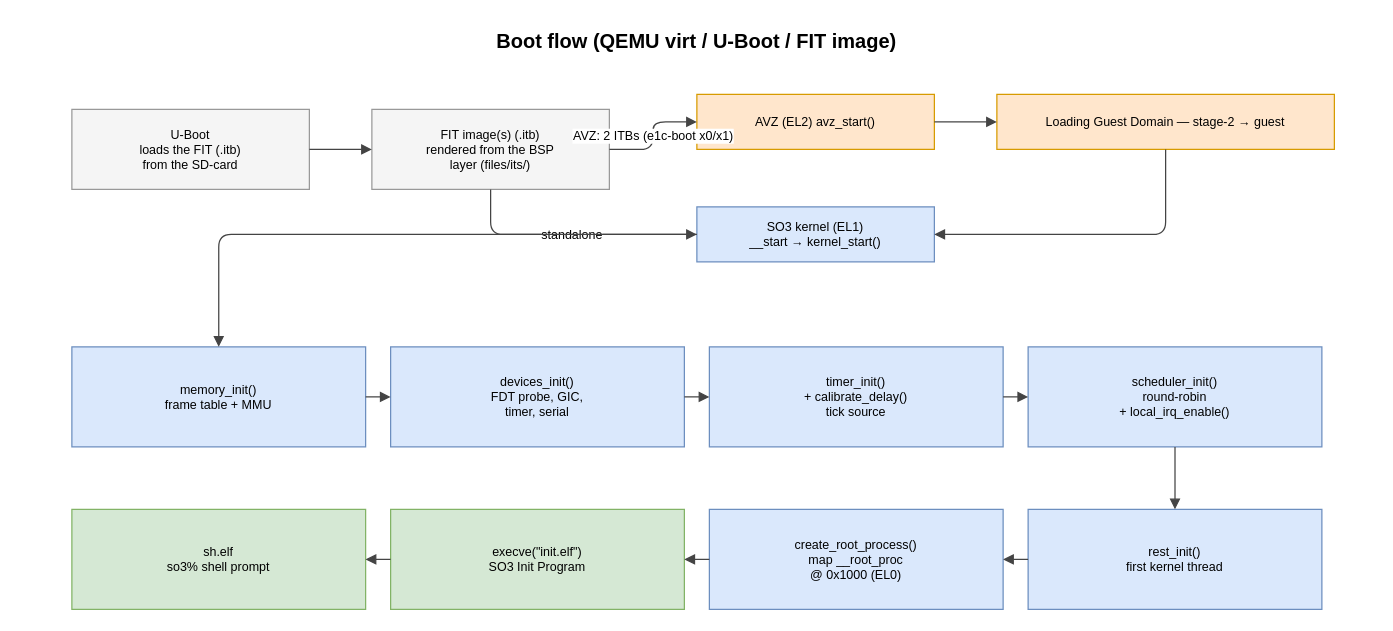
This is page "boot" (3 of 11) of doc/source/img/so3.drawio from smartobjectoriented/so3, a draw.io file, before an edit. Source tidied: cells renumbered, new cells numbered last; positions are measured from the earlier drawing's top-left corner, leaving out a move shared by most shapes. Both pictures are drawn from the tidied source at 125%, with x=0, y=0 at pixel (21, 21).
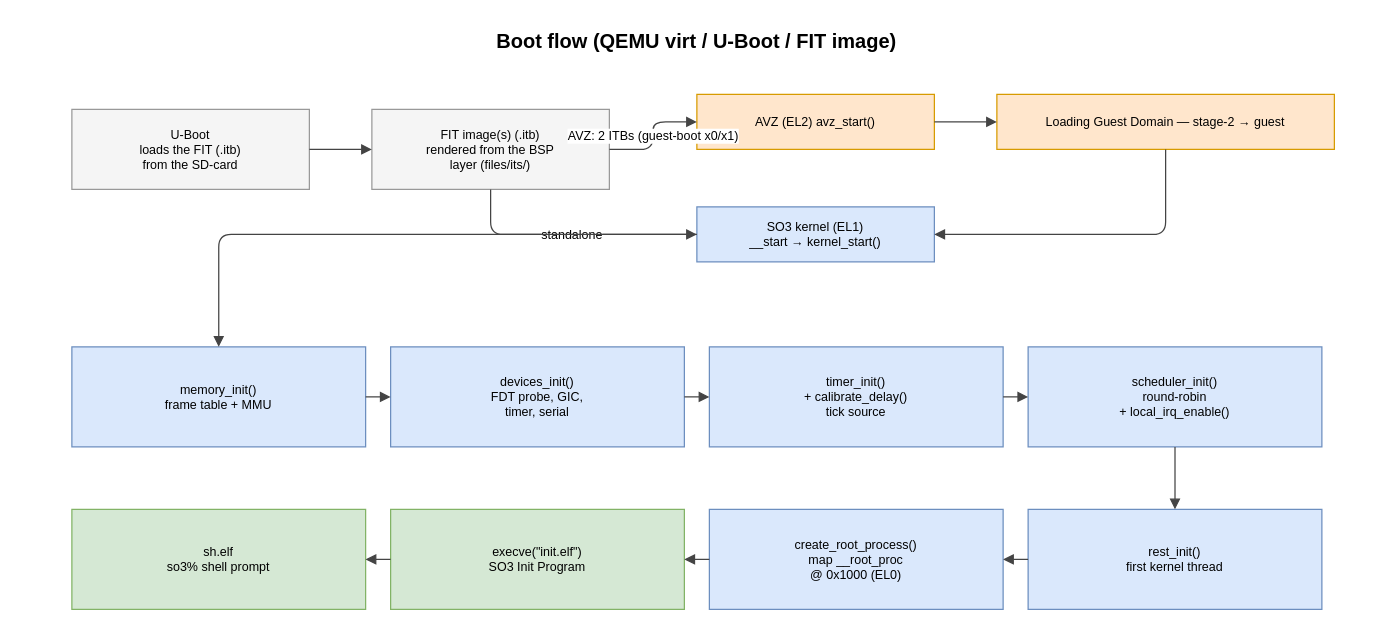
Above is the later version.

The change refers to these unchanged cells:
```xml
<mxCell id="4" value="FIT image(s) (.itb)&#10;rendered from the BSP&#10;layer (files/its/)" style="fillColor=#f5f5f5;strokeColor=#999999;fontSize=10;" parent="1" vertex="1">
  <mxGeometry x="280" y="70" width="190" height="64" as="geometry" />
</mxCell>
<mxCell id="5" value="AVZ (EL2)  avz_start()" style="fillColor=#ffe6cc;strokeColor=#d79b00;fontSize=10;" parent="1" vertex="1">
  <mxGeometry x="540" y="58" width="190" height="44" as="geometry" />
</mxCell>
```

What changed in the source:
```diff
@@
-    <mxCell id="9" value="AVZ: 2 ITBs (e1c-boot x0/x1)" style="edgeStyle=orthogonalEdgeStyle;rounded=1;html=1;endArrow=block;strokeColor=#444444;fontSize=10;" parent="1" edge="1" source="4" target="5">
+    <mxCell id="9" value="AVZ: 2 ITBs (guest-boot x0/x1)" style="edgeStyle=orthogonalEdgeStyle;rounded=1;html=1;endArrow=block;strokeColor=#444444;fontSize=10;" parent="1" edge="1" source="4" target="5">
       <mxGeometry relative="1" as="geometry" />
     </mxCell>
```
